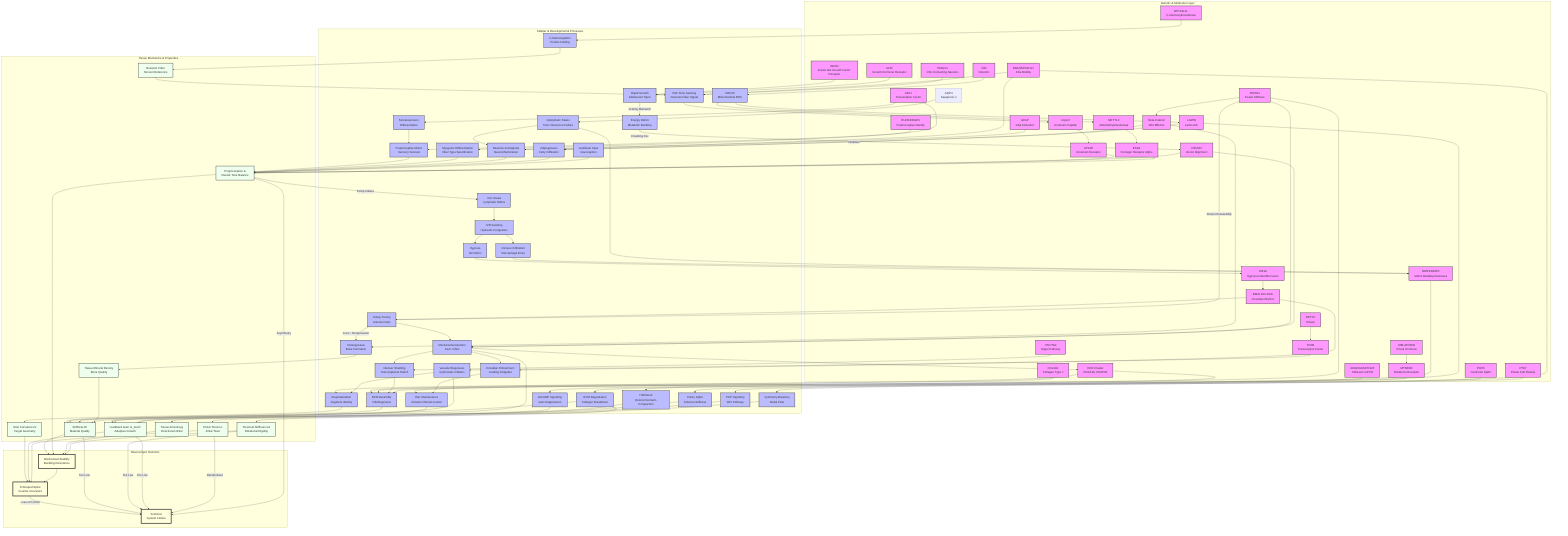
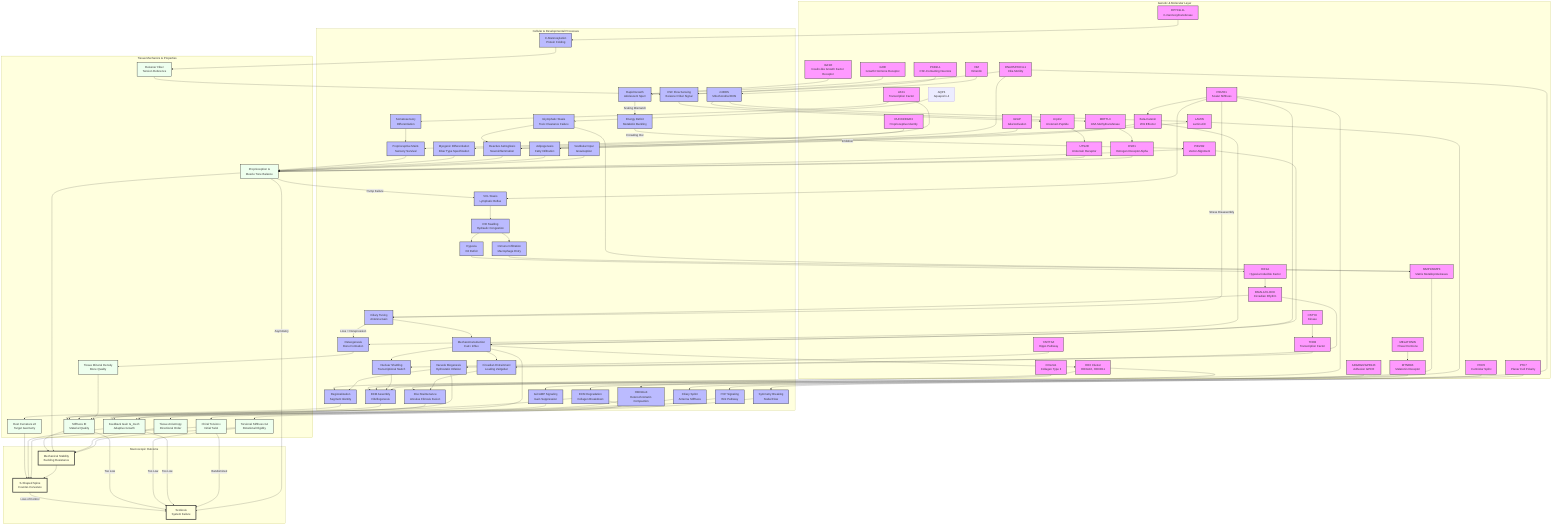
graph TD
    %% Subgraphs for Organization
    subgraph Genetics [Genetic & Molecular Layer]
        HOX[HOX Cluster<br/>HOXA10, HOXD11]
        COL[COL2A1<br/>Collagen Type II]
        PIEZO1[PIEZO1<br/>Scalar Stiffness]
        PIEZO2[PIEZO2<br/>Vector Alignment]
        CILIA[DNAH5/PKD1L1<br/>Cilia Motility]
        LBX1[LBX1<br/>Transcription Factor]
        ADGRG6[ADGRG6/GPR126<br/>Adhesion GPCR]
        PTK7[PTK7<br/>Planar Cell Polarity]
        YAP[YAP/TAZ<br/>Hippo Pathway]
        PKD2L1[PKD2L1<br/>CSF-Contacting Neurons]
        MMP[MMP1/MMP3<br/>Matrix Metalloproteinases]
        URP[Urp1/2<br/>Urotensin Peptide]
        UTS2R[UTS2R<br/>Urotensin Receptor]
        GFAP[GFAP<br/>Glial Activation]
        VIM[VIM<br/>Vimentin]
        LAMIN[LAMIN<br/>Lamin A/C]
        BMAL1[BMAL1/CLOCK<br/>Circadian Rhythm]
        RUNX3[RUNX3/EGR3<br/>Proprioceptive Identity]
        METTL3[METTL3<br/>m6A Methyltransferase]
        ESR1[ESR1<br/>Estrogen Receptor Alpha]
        AQP4[AQP4<br/>Aquaporin-4]
        MELATONIN[MELATONIN<br/>Pineal Hormone]
        MT2[MTNR1B<br/>Melatonin Receptor]
        HIF1A[HIF1A<br/>Hypoxia Inducible Factor]
        POC5[POC5<br/>Centriolar Splint]
        DSTYK[DSTYK<br/>Kinase]
        TFEB[TFEB<br/>Transcription Factor]
        Beta_Catenin[Beta-Catenin<br/>Wnt Effector]
        DPY19L1L[DPY19L1L<br/>C-mannosyltransferase]
        IGF1R[IGF1R<br/>Insulin-like Growth Factor Receptor]
        GHR[GHR<br/>Growth Hormone Receptor]
    end

    subgraph Processes [Cellular & Developmental Processes]
        Astrogliosis[Reactive Astrogliosis<br/>Neuroinflammation]
        Region[Regionalization<br/>Segment Identity]
        ECM_Assembly[ECM Assembly<br/>Fibrillogenesis]
        Nucl_Shuttle[Nuclear Shuttling<br/>Transcriptional Switch]
        Mech_Trans[Mechanotransduction<br/>Ca2+ Influx]
        Sym_Break[Symmetry Breaking<br/>Nodal Flow]
        CSF_Sensing[CSF Flow Sensing<br/>Reissner Fiber Signal]
        Neur_Diff[Somatosensory<br/>Differentiation]
        Muscle_Diff[Myogenic Differentiation<br/>Fiber Type Specification]
        Disc_Maint[Disc Maintenance<br/>Annulus Fibrosis Fusion]
        PCP_Sig[PCP Signaling<br/>Wnt Pathway]
        Degradation[ECM Degradation<br/>Collagen Breakdown]
        mtROS[mtROS<br/>Mitochondrial ROS]
        Adipogenesis[Adipogenesis<br/>Fatty Infiltration]
        Hydraulic_Congestion[IVD Swelling<br/>Hydraulic Congestion]
        Immune_Infilt[Immune Infiltration<br/>Macrophage Entry]
        Circadian_Entrain[Circadian Entrainment<br/>Loading Zeitgeber]
        Proprio_Maint[Proprioceptive Maint.<br/>Sensory Survival]
        H3K9me3[H3K9me3<br/>Heterochromatin Compaction]
        VCL_Stasis[VCL Stasis<br/>Lymphatic Reflux]
        Glymphatic_Stasis[Glymphatic Stasis<br/>Toxic Clearance Failure]
        Vestibular_Input[Vestibular Input<br/>Graviception]
        Gi_cAMP[Gi/cAMP Signaling<br/>Gain Suppression]
        Ciliary_Tuning[Ciliary Tuning<br/>Antenna Gain]
        Hypoxia[Hypoxia<br/>O2 Deficit]
        Osteogenesis[Osteogenesis<br/>Bone Formation]
        Ciliary_Splint[Ciliary Splint<br/>Antenna Stiffness]
        Vacuole_Biogenesis[Vacuole Biogenesis<br/>Hydrostatic Inflation]
        C_Mannosylation[C-Mannosylation<br/>Protein Folding]
        Rapid_Growth[Rapid Growth<br/>Adolescent Spurt]
        Energy_Deficit[Energy Deficit<br/>Metabolic Buckling]
    end

    subgraph Tissue [Tissue Mechanics & Properties]
        Rest_Kappa[Rest Curvature κ0<br/>Target Geometry]
        Stiffness[Stiffness EI<br/>Material Quality]
        Torsional_Stiffness[Torsional Stiffness GJ<br/>Rotational Rigidity]
        Gain[Feedback Gain G_mech<br/>Adaptive Growth]
        Torsion[Chiral Torsion ε<br/>Initial Twist]
        Muscle_Tone[Proprioception &<br/>Muscle Tone Balance]
        Anisotropy[Tissue Anisotropy<br/>Directional Order]
        TMD[Tissue Mineral Density<br/>Bone Quality]
        Reissner_Fiber[Reissner Fiber<br/>Tension Reference]
    end

    subgraph Outcome [Macroscopic Outcome]
        S_Curve[S-Shaped Spine<br/>Counter-Curvature]
        Stability[Mechanical Stability<br/>Buckling Resistance]
        Scoliosis[Scoliosis<br/>System Failure]
    end

    %% Connections
    HOX --> Region
    Region --> Rest_Kappa
    Rest_Kappa --> S_Curve

    COL --> ECM_Assembly
    ECM_Assembly --> Stiffness
    Stiffness --> Stability

    PIEZO1 --> Mech_Trans
    PIEZO2 --> Mech_Trans
    Mech_Trans --> Gain
    Gain --> S_Curve

    %% NEW ARC: Piezo Duality (Vector-Scalar Mismatch)
    PIEZO1 --> ECM_Assembly
    PIEZO2 --> Muscle_Tone

    CILIA --> Sym_Break
    Sym_Break --> Torsion
    Torsion --> S_Curve

    LBX1 --> Neur_Diff
    LBX1 --> Muscle_Diff
    Neur_Diff --> Proprio_Maint
    Proprio_Maint --> Muscle_Tone
    Muscle_Diff --> Muscle_Tone
    Muscle_Tone --> Stability

    %% NEW ARC: Proprioceptive Maintenance
    RUNX3 --> Proprio_Maint

    %% NEW ARC: ADGRG6
    ADGRG6 --> Disc_Maint
    Disc_Maint --> Stiffness

    %% NEW ARC: PTK7
    PTK7 --> PCP_Sig
    PCP_Sig --> Anisotropy
    Anisotropy --> Stability

    %% NEW ARC: YAP/TAZ
    YAP --> Nucl_Shuttle
    Nucl_Shuttle --> ECM_Assembly
    Mech_Trans --> Nucl_Shuttle

    %% NEW ARC: CSF/Reissner Fiber
    CILIA --> CSF_Sensing
    PKD2L1 --> CSF_Sensing
    CSF_Sensing --> URP
    URP --> UTS2R
    UTS2R --> Muscle_Tone

    %% NEW ARC: MMP Degradation
    MMP --> Degradation
    Degradation --> Stiffness

    %% NEW ARC: Neuro-Inflammatory Pathway
    CILIA --> Astrogliosis
    GFAP --> Astrogliosis
    Astrogliosis --> Muscle_Tone

    %% NEW ARC: Vimentin Metabolic Switch
    VIM --> mtROS
    mtROS --> LAMIN
    LAMIN --> Adipogenesis
    Adipogenesis --> Muscle_Tone

    %% NEW ARC: Inflamed Torsion
    Hydraulic_Congestion --> Immune_Infilt
    Immune_Infilt --> MMP
    Degradation --> Torsional_Stiffness
    Torsional_Stiffness --> Stability

    %% NEW ARC: Glymphatic Stasis
    AQP4 --> Glymphatic_Stasis
    Glymphatic_Stasis --> Astrogliosis

    %% NEW ARC: Glymphatic-MMP Axis (Chen et al., 2025)
    Glymphatic_Stasis --> MMP

    %% NEW ARC: Melatonin Gain Control
    MELATONIN --> MT2
    MT2 --> Gi_cAMP
    Gi_cAMP --> Gain

    %% NEW ARC: Vestibular Asymmetry
    Vestibular_Input --> Muscle_Tone

    %% Cross-Talk and Failures
    Stability --> S_Curve
    S_Curve -- "Loss of Control" --> Scoliosis
    Stiffness -- "Too Low" --> Scoliosis
    Torsional_Stiffness -- "Too Low" --> Scoliosis
    Gain -- "Too Low" --> Scoliosis
    Torsion -- "Randomized" --> Scoliosis
    Muscle_Tone -- "Asymmetry" --> Scoliosis

    %% Styling
    classDef gene fill:#f9f,stroke:#333,stroke-width:2px;
    classDef process fill:#bbf,stroke:#333,stroke-width:2px;
    classDef tissue fill:#efe,stroke:#333,stroke-width:2px;
    classDef outcome fill:#ffd,stroke:#333,stroke-width:4px;

    %% NEW ARC: Spinal Jetlag
    BMAL1 --> Circadian_Entrain
    Mech_Trans --> Circadian_Entrain
    Circadian_Entrain --> Disc_Maint

    %% NEW ARC: Tunable Antenna (Miyoshi et al., 2024)
    BMAL1 --> Ciliary_Tuning
    Ciliary_Tuning --> Mech_Trans

    %% NEW ARC: Epigenetic Asymmetry
    mtROS --> METTL3
    METTL3 --> ESR1
    ESR1 --> Muscle_Tone

    %% NEW ARC: Nuclear Stiffness (Scalar Senescence)
    LAMIN --> H3K9me3
    H3K9me3 --> Gain

    %% NEW ARC: Lymphatic Drainage Pathway (VCL)
    Muscle_Tone -- "Pump Failure" --> VCL_Stasis
    VCL_Stasis --> Hydraulic_Congestion

    %% NEW ARC: Hypoxic Clock Block (HIF1A)
    Hydraulic_Congestion --> Hypoxia
    Hypoxia --> HIF1A
    HIF1A --> BMAL1

    %% NEW ARC: Tension-Dependent Identity (HOX)
    Mech_Trans --> HOX
    HOX --> ECM_Assembly

    %% NEW ARC: Bone Mineralization (Ramli et al., 2024)
    %% PIEZO1 --> Osteogenesis (Replaced by BMSC Switch below)
    Osteogenesis --> TMD
    TMD --> Stiffness

    %% NEW ARC: BMSC Fate Switch (Li et al., 2023)
    PIEZO1 --> Beta_Catenin
    Beta_Catenin --> Osteogenesis
    Beta_Catenin -- "Inhibition" --> Adipogenesis

    %% NEW ARC: Centriolar Splint (POC5)
    POC5 --> Ciliary_Splint
    Ciliary_Splint --> Gain

    %% NEW ARC: Hydrostatic Skeleton (DSTYK/TFEB)
    DSTYK --> TFEB
    TFEB --> Vacuole_Biogenesis
    Vacuole_Biogenesis --> Stiffness
    Vacuole_Biogenesis --> Region

    %% NEW ARC: Piezo-Cilia Stress Lock (Chen et al., 2025)
    PIEZO1 -- "Stress Disassembly" --> Ciliary_Tuning
    Ciliary_Tuning -- "Loss = Derepression" --> Osteogenesis

    %% NEW ARC: Sweet String Pathway (DPY19L1L)
    DPY19L1L --> C_Mannosylation
    C_Mannosylation --> Reissner_Fiber
    Reissner_Fiber --> CSF_Sensing

    %% NEW ARC: Metabolic Buckling Pathway
    IGF1R --> Rapid_Growth
    GHR --> Rapid_Growth
    Rapid_Growth -- "Scaling Mismatch" --> Energy_Deficit
    Energy_Deficit -- "Crowding Out" --> PIEZO2

+     %% NEW ARC: Piezo-Lymphatic Baroreflex
+     PIEZO1 --> VCL_Stasis
+ 
    class HOX,COL,PIEZO1,PIEZO2,CILIA,LBX1,ADGRG6,PTK7,YAP,PKD2L1,MMP,URP,UTS2R,GFAP,VIM,LAMIN,BMAL1,RUNX3,METTL3,ESR1,MELATONIN,MT2,HIF1A,POC5,DSTYK,TFEB,Beta_Catenin,DPY19L1L,IGF1R,GHR gene;
    class Region,ECM_Assembly,Mech_Trans,Sym_Break,Neur_Diff,Muscle_Diff,Disc_Maint,PCP_Sig,Nucl_Shuttle,CSF_Sensing,Degradation,Astrogliosis,mtROS,Adipogenesis,Hydraulic_Congestion,Immune_Infilt,Circadian_Entrain,Proprio_Maint,H3K9me3,VCL_Stasis,Glymphatic_Stasis,Vestibular_Input,Gi_cAMP,Ciliary_Tuning,Hypoxia,Osteogenesis,Ciliary_Splint,Vacuole_Biogenesis,C_Mannosylation,Rapid_Growth,Energy_Deficit process;
    class Rest_Kappa,Stiffness,Torsional_Stiffness,Gain,Torsion,Muscle_Tone,Anisotropy,TMD,Reissner_Fiber tissue;
    class S_Curve,Stability,Scoliosis outcome;
